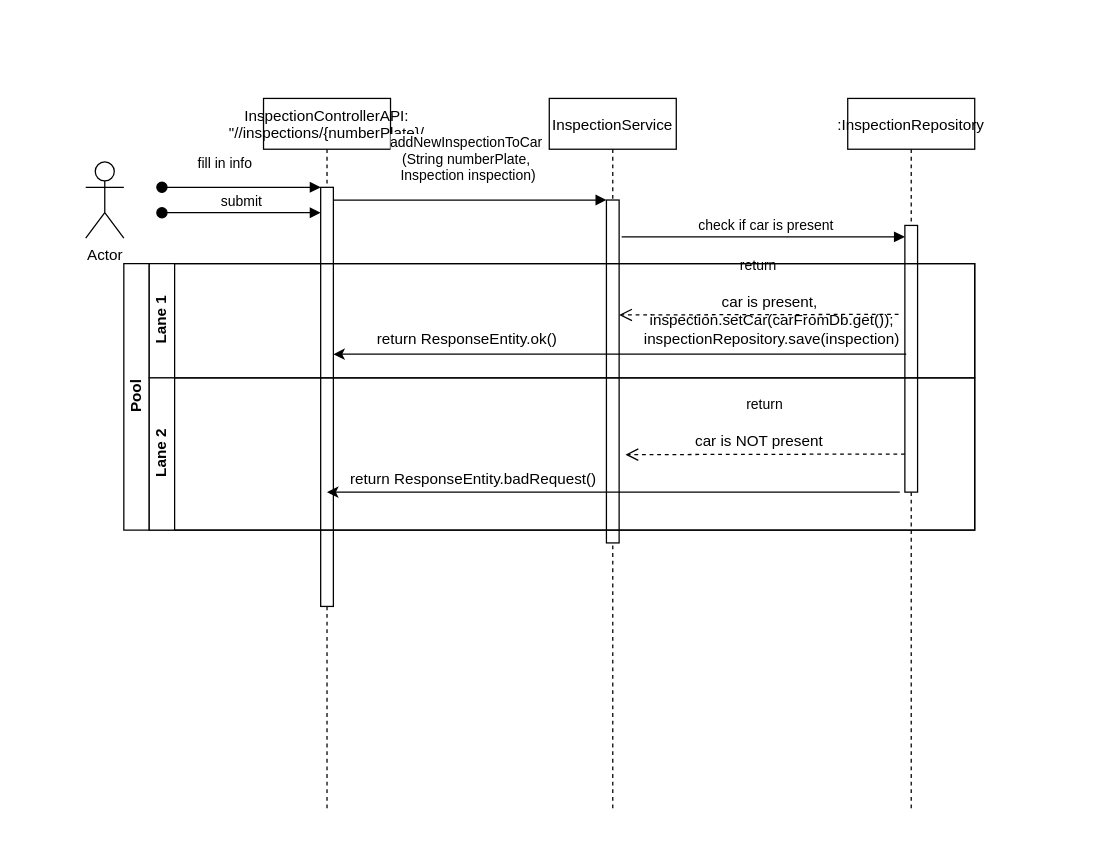
Above: .mvn/Untitled Diagram.drawio in qixiaoling/Backend-project (draw.io), before the change. Source tidied: cells renumbered, new cells numbered last; positions are measured from the earlier drawing's top-left corner, leaving out a move shared by most shapes. Both pictures are drawn from the tidied source at 127%, with x=0, y=0 at pixel (85, 98).
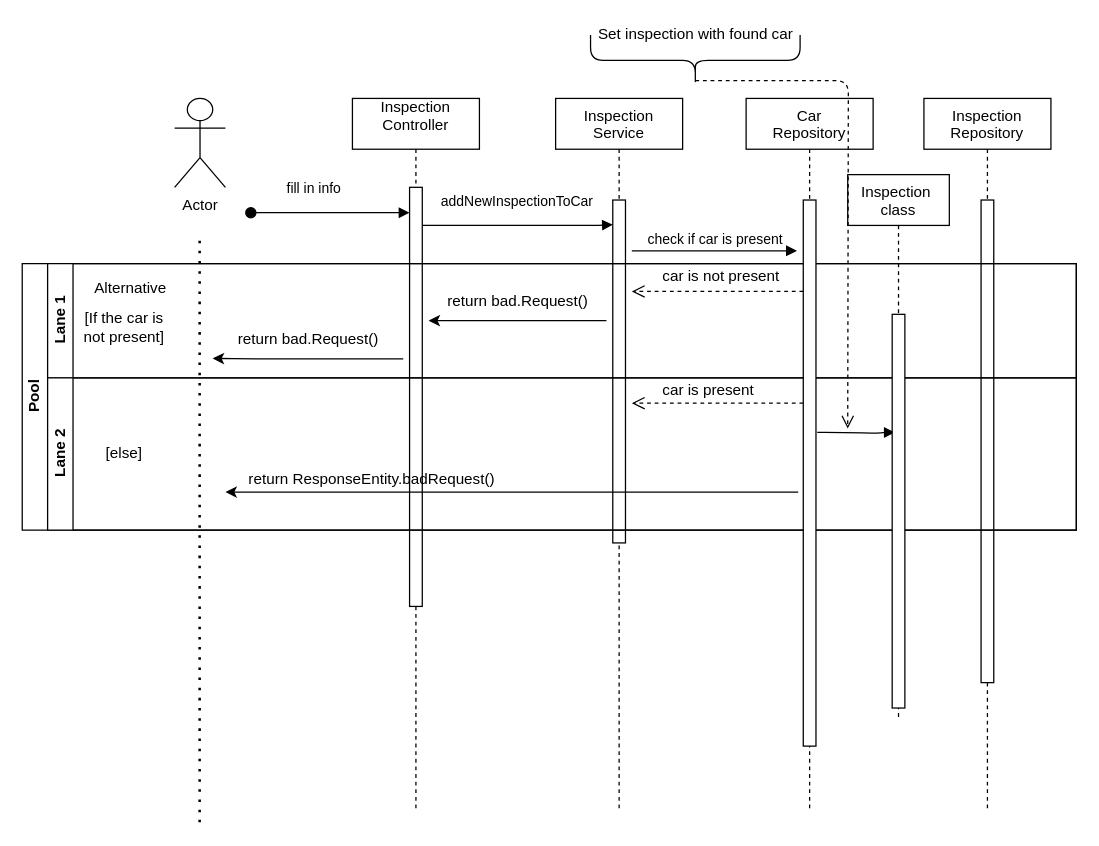
The same page after the edit.

The change refers to these unchanged cells:
```xml
<mxCell id="3" style="points=[];perimeter=orthogonalPerimeter;rounded=0;shadow=0;strokeWidth=1;" parent="2" vertex="1">
  <mxGeometry x="45" y="70" width="10" height="330" as="geometry" />
</mxCell>
<mxCell id="6" style="points=[];perimeter=orthogonalPerimeter;rounded=0;shadow=0;strokeWidth=1;" parent="5" vertex="1">
  <mxGeometry x="45" y="80" width="10" height="270" as="geometry" />
</mxCell>
```

Change to the diagram source:
```diff
@@
-    <mxCell id="2" value="InspectionControllerAPI:&#10;&quot;//inspections/{numberPlate}/" style="shape=umlLifeline;perimeter=lifelinePerimeter;rounded=0;shadow=0;strokeWidth=1;" parent="1" vertex="1">
-      <mxGeometry x="140" width="100" height="560" as="geometry" />
+    <mxCell id="2" value="Inspection&#10;Controller&#10;" style="shape=umlLifeline;perimeter=lifelinePerimeter;rounded=0;shadow=0;strokeWidth=1;" parent="1" vertex="1">
+      <mxGeometry x="210" width="100" height="560" as="geometry" />
     </mxCell>
@@
     <mxCell id="4" value="fill in info" style="verticalAlign=bottom;startArrow=oval;endArrow=block;startSize=8;shadow=0;strokeWidth=1;" parent="2" edge="1" target="3">
       <mxGeometry x="-0.2" y="10" relative="1" as="geometry">
-        <mxPoint x="-80" y="70" as="sourcePoint" />
+        <mxPoint x="-80" y="90" as="sourcePoint" />
+        <Array as="points">
+          <mxPoint y="90" />
+        </Array>
       </mxGeometry>
     </mxCell>
-    <mxCell id="5" value="InspectionService" style="shape=umlLifeline;perimeter=lifelinePerimeter;rounded=0;shadow=0;strokeWidth=1;" parent="1" vertex="1">
-      <mxGeometry x="365" width="100" height="560" as="geometry" />
+    <mxCell id="5" value="Inspection &#10;Service" style="shape=umlLifeline;perimeter=lifelinePerimeter;rounded=0;shadow=0;strokeWidth=1;" parent="1" vertex="1">
+      <mxGeometry x="370" width="100" height="560" as="geometry" />
     </mxCell>
@@
-    <mxCell id="7" value="addNewInspectionToCar&#10;(String numberPlate,&#10; Inspection inspection)" style="verticalAlign=bottom;endArrow=block;entryX=0;entryY=0;shadow=0;strokeWidth=1;" parent="1" edge="1" source="3" target="6">
-      <mxGeometry x="-0.02" y="10" relative="1" as="geometry" />
+    <mxCell id="7" value="addNewInspectionToCar" style="verticalAlign=bottom;endArrow=block;entryX=0.014;entryY=0.072;shadow=0;strokeWidth=1;entryDx=0;entryDy=0;entryPerimeter=0;" parent="1" edge="1" source="3" target="6">
+      <mxGeometry y="10" relative="1" as="geometry">
+        <Array as="points">
+          <mxPoint x="400" y="100" />
+        </Array>
+      </mxGeometry>
     </mxCell>
-    <mxCell id="8" value=":InspectionRepository" style="shape=umlLifeline;perimeter=lifelinePerimeter;rounded=0;shadow=0;strokeWidth=1;" parent="1" vertex="1">
-      <mxGeometry x="600" width="100" height="560" as="geometry" />
+    <mxCell id="8" value="Inspection &#10;Repository" style="shape=umlLifeline;perimeter=lifelinePerimeter;rounded=0;shadow=0;strokeWidth=1;" parent="1" vertex="1">
+      <mxGeometry x="660" width="100" height="560" as="geometry" />
     </mxCell>
     <mxCell id="9" style="perimeter=orthogonalPerimeter;rounded=0;shadow=0;strokeWidth=1;" parent="8" vertex="1">
-      <mxGeometry x="45" y="100" width="10" height="210" as="geometry" />
+      <mxGeometry x="45" y="80" width="10" height="380" as="geometry" />
     </mxCell>
     <mxCell id="10" value="Actor" style="shape=umlActor;verticalLabelPosition=bottom;verticalAlign=top;html=1;" parent="1" vertex="1">
-      <mxGeometry y="50" width="30" height="60" as="geometry" />
+      <mxGeometry x="70" width="40" height="70" as="geometry" />
     </mxCell>
-    <mxCell id="11" value="submit" style="verticalAlign=bottom;startArrow=oval;endArrow=block;startSize=8;shadow=0;strokeWidth=1;" parent="1" edge="1">
-      <mxGeometry relative="1" as="geometry">
-        <mxPoint x="60" y="90" as="sourcePoint" />
-        <mxPoint x="185" y="90" as="targetPoint" />
-      </mxGeometry>
-    </mxCell>
-    <mxCell id="12" value="check if car is present" style="verticalAlign=bottom;endArrow=block;entryX=0;entryY=0;shadow=0;strokeWidth=1;" parent="1" edge="1">
+    <mxCell id="12" value="check if car is present" style="verticalAlign=bottom;endArrow=block;shadow=0;strokeWidth=1;" parent="1" edge="1">
       <mxGeometry x="0.02" relative="1" as="geometry">
-        <mxPoint x="422" y="109" as="sourcePoint" />
-        <mxPoint x="645" y="109" as="targetPoint" />
+        <mxPoint x="430" y="120" as="sourcePoint" />
+        <mxPoint x="560" y="120" as="targetPoint" />
       </mxGeometry>
     </mxCell>
-    <mxCell id="13" value="return" style="verticalAlign=bottom;endArrow=open;dashed=1;endSize=8;shadow=0;strokeWidth=1;" parent="1" edge="1">
-      <mxGeometry y="-30" relative="1" as="geometry">
-        <mxPoint x="640" y="170" as="sourcePoint" />
-        <mxPoint x="420" y="170.5" as="targetPoint" />
-      </mxGeometry>
-    </mxCell>
     <mxCell id="14" value="Pool" style="swimlane;html=1;horizontal=0;startSize=20;" parent="1" vertex="1">
-      <mxGeometry x="30" y="130" width="670" height="210" as="geometry" />
+      <mxGeometry x="-50" y="130" width="830" height="210" as="geometry" />
     </mxCell>
     <mxCell id="15" value="Lane 1" style="swimlane;html=1;startSize=20;horizontal=0;" parent="14" vertex="1">
-      <mxGeometry x="20" width="650" height="90" as="geometry" />
+      <mxGeometry x="20" width="810" height="90" as="geometry" />
     </mxCell>
-    <mxCell id="16" value="car is present,&amp;nbsp;&lt;br&gt;inspection.setCar(carFromDb.get());&lt;br&gt;inspectionRepository.save(inspection)" style="text;html=1;align=center;verticalAlign=middle;points=[];" parent="15" vertex="1">
-      <mxGeometry x="380" y="20" width="220" height="50" as="geometry" />
-    </mxCell>
+    <mxCell id="13" style="verticalAlign=bottom;endArrow=open;dashed=1;endSize=8;shadow=0;strokeWidth=1;" parent="15" edge="1">
+      <mxGeometry y="-30" relative="1" as="geometry">
+        <mxPoint x="595" y="22" as="sourcePoint" />
+        <mxPoint x="460" y="22" as="targetPoint" />
+        <Array as="points">
+          <mxPoint x="570" y="22" />
+          <mxPoint x="510" y="22" />
+        </Array>
+      </mxGeometry>
+    </mxCell>
+    <mxCell id="24" style="endArrow=classic;html=1;" parent="15" edge="1">
+      <mxGeometry relative="1" as="geometry">
+        <mxPoint x="280" y="75" as="sourcePoint" />
+        <mxPoint x="130" y="74.7" as="targetPoint" />
+        <Array as="points">
+          <mxPoint x="155" y="75" />
+        </Array>
+      </mxGeometry>
+    </mxCell>
+    <mxCell id="25" style="endArrow=classic;html=1;" parent="15" edge="1">
+      <mxGeometry relative="1" as="geometry">
+        <mxPoint x="440" y="45" as="sourcePoint" />
+        <mxPoint x="300" y="45" as="targetPoint" />
+        <Array as="points">
+          <mxPoint x="315" y="45" />
+        </Array>
+      </mxGeometry>
+    </mxCell>
+    <mxCell id="26" value="return bad.Request()" style="text;html=1;align=center;verticalAlign=middle;" parent="15" vertex="1">
+      <mxGeometry x="140" y="50" width="130" height="20" as="geometry" />
+    </mxCell>
+    <mxCell id="27" value="Alternative" style="text;html=1;align=center;verticalAlign=middle;" parent="15" vertex="1">
+      <mxGeometry x="30" y="10" width="70" height="20" as="geometry" />
+    </mxCell>
     <mxCell id="17" value="Lane 2" style="swimlane;html=1;startSize=20;horizontal=0;" parent="14" vertex="1">
-      <mxGeometry x="20" y="90" width="650" height="120" as="geometry" />
+      <mxGeometry x="20" y="90" width="810" height="120" as="geometry" />
     </mxCell>
-    <mxCell id="18" value="return" style="verticalAlign=bottom;endArrow=open;dashed=1;endSize=8;shadow=0;strokeWidth=1;" parent="17" edge="1">
-      <mxGeometry y="-30" relative="1" as="geometry">
-        <mxPoint x="595" y="60" as="sourcePoint" />
-        <mxPoint x="375" y="60.5" as="targetPoint" />
-      </mxGeometry>
-    </mxCell>
-    <mxCell id="19" value="car is NOT present" style="text;html=1;align=center;verticalAlign=middle;" parent="17" vertex="1">
-      <mxGeometry x="420" y="40" width="120" height="20" as="geometry" />
-    </mxCell>
@@
-    <mxCell id="22" value="return ResponseEntity.ok()" style="text;html=1;align=center;verticalAlign=middle;" parent="1" vertex="1">
-      <mxGeometry x="220" y="180" width="160" height="20" as="geometry" />
-    </mxCell>
-    <mxCell id="23" style="endArrow=classic;html=1;exitX=0.982;exitY=1.028;exitDx=0;exitDy=0;exitPerimeter=0;" parent="1" edge="1" source="16" target="3">
-      <mxGeometry relative="1" as="geometry" />
-    </mxCell>
+    <mxCell id="28" value="[else]" style="text;html=1;align=center;verticalAlign=middle;" parent="17" vertex="1">
+      <mxGeometry x="40" y="50" width="40" height="20" as="geometry" />
+    </mxCell>
+    <mxCell id="29" style="verticalAlign=bottom;endArrow=open;dashed=1;endSize=8;shadow=0;strokeWidth=1;" parent="17" edge="1">
+      <mxGeometry y="-30" relative="1" as="geometry">
+        <mxPoint x="595" y="20" as="sourcePoint" />
+        <mxPoint x="460" y="20" as="targetPoint" />
+        <Array as="points">
+          <mxPoint x="570" y="20" />
+          <mxPoint x="510" y="20" />
+        </Array>
+      </mxGeometry>
+    </mxCell>
+    <mxCell id="30" style="verticalAlign=bottom;endArrow=block;entryX=0.014;entryY=0.072;shadow=0;strokeWidth=1;entryDx=0;entryDy=0;entryPerimeter=0;" parent="17" edge="1">
+      <mxGeometry y="10" relative="1" as="geometry">
+        <mxPoint x="606" y="43" as="sourcePoint" />
+        <mxPoint x="667.1" y="43" as="targetPoint" />
+        <Array as="points">
+          <mxPoint x="617" y="43" />
+          <mxPoint x="652" y="43.6" />
+          <mxPoint x="660" y="43" />
+        </Array>
+      </mxGeometry>
+    </mxCell>
+    <mxCell id="31" value="Car &#10;Repository" style="shape=umlLifeline;perimeter=lifelinePerimeter;rounded=0;shadow=0;strokeWidth=1;" parent="1" vertex="1">
+      <mxGeometry x="520" width="100" height="560" as="geometry" />
+    </mxCell>
+    <mxCell id="32" style="perimeter=orthogonalPerimeter;rounded=0;shadow=0;strokeWidth=1;" parent="31" vertex="1">
+      <mxGeometry x="45" y="80" width="10" height="430" as="geometry" />
+    </mxCell>
+    <mxCell id="33" style="endArrow=none;dashed=1;html=1;dashPattern=1 3;strokeWidth=2;" parent="1" edge="1">
+      <mxGeometry relative="1" as="geometry">
+        <mxPoint x="89.7" y="570" as="sourcePoint" />
+        <mxPoint x="89.7" y="110" as="targetPoint" />
+      </mxGeometry>
+    </mxCell>
+    <mxCell id="34" value="return bad.Request()" style="text;html=1;align=center;verticalAlign=middle;" parent="1" vertex="1">
+      <mxGeometry x="275" y="150" width="130" height="20" as="geometry" />
+    </mxCell>
+    <mxCell id="35" value="&lt;span style=&quot;color: rgba(0 , 0 , 0 , 0) ; font-family: monospace ; font-size: 0px&quot;&gt;re&lt;/span&gt;" style="text;html=1;align=center;verticalAlign=middle;" parent="1" vertex="1">
+      <mxGeometry x="170" y="180" width="20" height="20" as="geometry" />
+    </mxCell>
+    <mxCell id="36" value="[If the car is &lt;br&gt;not present]" style="text;html=1;align=center;verticalAlign=middle;" parent="1" vertex="1">
+      <mxGeometry x="-10" y="165" width="80" height="30" as="geometry" />
+    </mxCell>
+    <mxCell id="37" value="Inspection &#10;class" style="shape=umlLifeline;perimeter=lifelinePerimeter;rounded=0;shadow=0;strokeWidth=1;" parent="1" vertex="1">
+      <mxGeometry x="600" y="60" width="80" height="430" as="geometry" />
+    </mxCell>
+    <mxCell id="38" style="perimeter=orthogonalPerimeter;rounded=0;shadow=0;strokeWidth=1;" parent="37" vertex="1">
+      <mxGeometry x="35" y="110" width="10" height="310" as="geometry" />
+    </mxCell>
+    <mxCell id="39" value="car is not present" style="text;html=1;align=center;verticalAlign=middle;" parent="1" vertex="1">
+      <mxGeometry x="445" y="130" width="110" height="20" as="geometry" />
+    </mxCell>
+    <mxCell id="40" value="car is present" style="text;html=1;align=center;verticalAlign=middle;" parent="1" vertex="1">
+      <mxGeometry x="445" y="220" width="90" height="20" as="geometry" />
+    </mxCell>
+    <mxCell id="41" value="Set inspection with found car" style="text;html=1;align=center;verticalAlign=middle;" parent="1" vertex="1">
+      <mxGeometry x="395" y="-60" width="170" height="20" as="geometry" />
+    </mxCell>
+    <mxCell id="42" style="shape=curlyBracket;whiteSpace=wrap;html=1;rounded=1;direction=north;" parent="1" vertex="1">
+      <mxGeometry x="397.5" y="-50" width="165" height="40" as="geometry" />
+    </mxCell>
+    <mxCell id="43" style="verticalAlign=bottom;endArrow=open;dashed=1;endSize=8;shadow=0;strokeWidth=1;edgeStyle=orthogonalEdgeStyle;exitX=0.1;exitY=0.5;exitDx=0;exitDy=0;exitPerimeter=0;" parent="1" edge="1" source="42">
+      <mxGeometry y="-30" relative="1" as="geometry">
+        <mxPoint x="600" y="260" as="targetPoint" />
+      </mxGeometry>
+    </mxCell>
```
